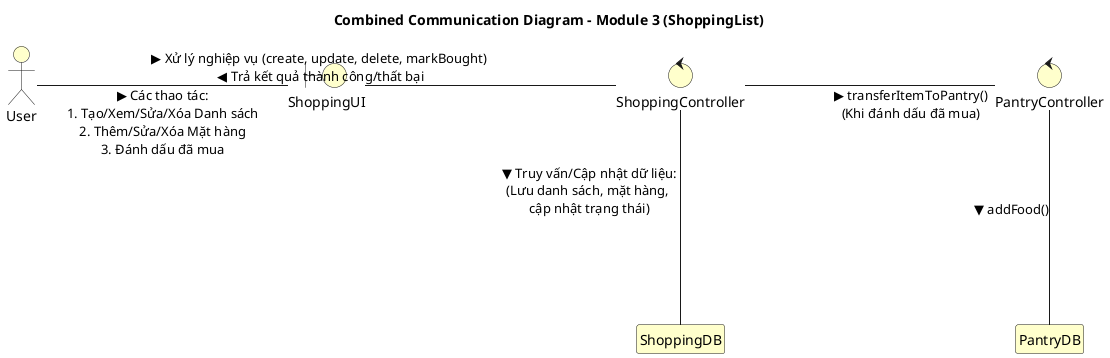
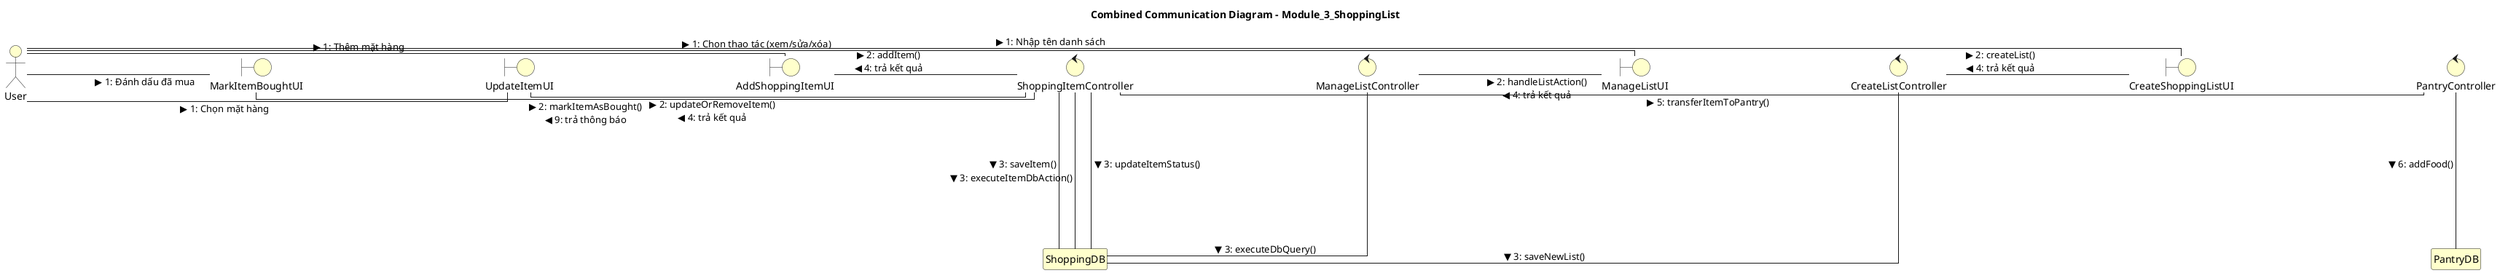
@startuml
- title Combined Communication Diagram - Module 3 (ShoppingList)
+ title Combined Communication Diagram - Module_3_ShoppingList

' Cấu hình nét thẳng và tắt đổ bóng
skinparam linetype ortho
skinparam shadowing false

' Tăng khoảng cách mặc định lên cao để tạo không gian rộng rãi
skinparam nodesep 250
skinparam ranksep 200
skinparam defaultTextAlignment center

' Xóa bỏ vòng tròn phân loại (E) và làm sạch bên trong khối
hide circle
hide empty members

' Cấu hình đồng bộ màu vàng
skinparam {
    ActorBackgroundColor #FFFFCC
    BoundaryBackgroundColor #FFFFCC
    ControlBackgroundColor #FFFFCC
    EntityBackgroundColor #FFFFCC
    ClassBackgroundColor #FFFFCC
}

allow_mixing
- actor "User" as Actor
- boundary "ShoppingUI" as UI
- control "ShoppingController" as Controller
- entity "ShoppingDB" as Entity
- control "PantryController" as PantryController
- entity "PantryDB" as PantryDB

- Actor -right--- UI : " ▶ Các thao tác: \n1. Tạo/Xem/Sửa/Xóa Danh sách\n2. Thêm/Sửa/Xóa Mặt hàng\n3. Đánh dấu đã mua"
- UI -right---- Controller : " ▶ Xử lý nghiệp vụ (create, update, delete, markBought) \n ◀ Trả kết quả thành công/thất bại"
- Controller -down- Entity : " ▼ Truy vấn/Cập nhật dữ liệu: \n(Lưu danh sách, mặt hàng, \ncập nhật trạng thái)"
- Controller -right- PantryController : " ▶ transferItemToPantry() \n(Khi đánh dấu đã mua)"
- PantryController -down- PantryDB : " ▼ addFood()"
+ actor "User" as User_Alias
+ boundary "CreateShoppingListUI" as CreateShoppingListUI_Alias
+ control "CreateListController" as CreateListController_Alias
+ entity "ShoppingDB" as ShoppingDB_Alias
+ boundary "ManageListUI" as ManageListUI_Alias
+ control "ManageListController" as ManageListController_Alias
+ boundary "AddShoppingItemUI" as AddShoppingItemUI_Alias
+ control "ShoppingItemController" as ShoppingItemController_Alias
+ boundary "UpdateItemUI" as UpdateItemUI_Alias
+ boundary "MarkItemBoughtUI" as MarkItemBoughtUI_Alias
+ control "PantryController" as PantryController_Alias
+ entity "PantryDB" as PantryDB_Alias
+ 
+ User_Alias -right--- CreateShoppingListUI_Alias  : " ▶ 1: Nhập tên danh sách "
+ CreateShoppingListUI_Alias -right---- CreateListController_Alias  : " ▶ 2: createList() \n ◀ 4: trả kết quả "
+ CreateListController_Alias -down- ShoppingDB_Alias  : " ▼ 3: saveNewList() "
+ User_Alias -right--- ManageListUI_Alias  : " ▶ 1: Chọn thao tác (xem/sửa/xóa) "
+ ManageListUI_Alias -right---- ManageListController_Alias  : " ▶ 2: handleListAction() \n ◀ 4: trả kết quả "
+ ManageListController_Alias -down- ShoppingDB_Alias  : " ▼ 3: executeDbQuery() "
+ User_Alias -right--- AddShoppingItemUI_Alias  : " ▶ 1: Thêm mặt hàng "
+ AddShoppingItemUI_Alias -right---- ShoppingItemController_Alias  : " ▶ 2: addItem() \n ◀ 4: trả kết quả "
+ ShoppingItemController_Alias -down- ShoppingDB_Alias  : " ▼ 3: saveItem() "
+ User_Alias -right--- UpdateItemUI_Alias  : " ▶ 1: Chọn mặt hàng "
+ UpdateItemUI_Alias -right---- ShoppingItemController_Alias  : " ▶ 2: updateOrRemoveItem() \n ◀ 4: trả kết quả "
+ ShoppingItemController_Alias -down- ShoppingDB_Alias  : " ▼ 3: executeItemDbAction() "
+ User_Alias -right--- MarkItemBoughtUI_Alias  : " ▶ 1: Đánh dấu đã mua "
+ MarkItemBoughtUI_Alias -right---- ShoppingItemController_Alias  : " ▶ 2: markItemAsBought() \n ◀ 9: trả thông báo "
+ ShoppingItemController_Alias -down- ShoppingDB_Alias  : " ▼ 3: updateItemStatus() "
+ ShoppingItemController_Alias -right- PantryController_Alias  : " ▶ 5: transferItemToPantry() "
+ PantryController_Alias -down- PantryDB_Alias  : " ▼ 6: addFood() "
+ 
@enduml
